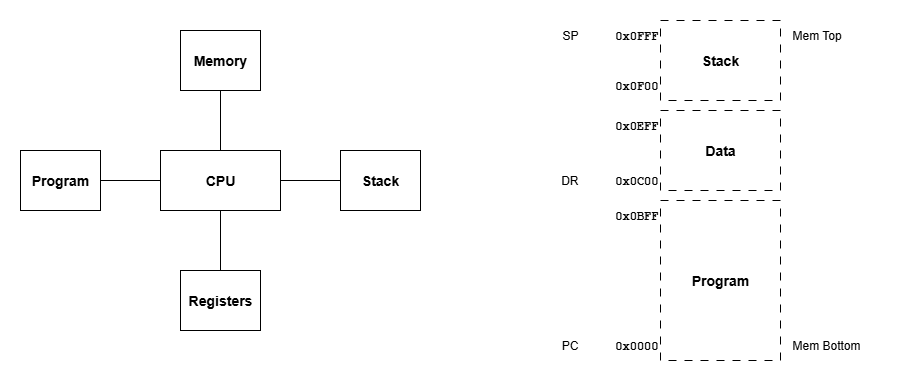
Before: docs/StackCPU-Machine-Model.png, a diagram exported from draw.io (dervish77/StackCPU). Source tidied: cells renumbered, new cells last; positions are measured from the earlier drawing's top-left corner, leaving out a move shared by most shapes. The source it was exported from:
```xml
<mxGraphModel>
  <root>
    <mxCell id="0" />
    <mxCell id="1" parent="0" />
    <mxCell id="2" style="edgeStyle=orthogonalEdgeStyle;rounded=0;jettySize=auto;html=1;exitX=0.5;exitY=0;exitDx=0;exitDy=0;entryX=0.5;entryY=1;entryDx=0;entryDy=0;endArrow=none;endFill=0;" parent="1" edge="1" source="6" target="8">
      <mxGeometry relative="1" as="geometry" />
    </mxCell>
    <mxCell id="3" style="edgeStyle=orthogonalEdgeStyle;rounded=0;jettySize=auto;html=1;exitX=1;exitY=0.5;exitDx=0;exitDy=0;entryX=0;entryY=0.5;entryDx=0;entryDy=0;endArrow=none;endFill=0;" parent="1" edge="1" source="6" target="9">
      <mxGeometry relative="1" as="geometry" />
    </mxCell>
    <mxCell id="4" style="edgeStyle=orthogonalEdgeStyle;rounded=0;jettySize=auto;html=1;exitX=0.5;exitY=1;exitDx=0;exitDy=0;entryX=0.5;entryY=0;entryDx=0;entryDy=0;endArrow=none;endFill=0;" parent="1" edge="1" source="6" target="10">
      <mxGeometry relative="1" as="geometry" />
    </mxCell>
    <mxCell id="5" style="edgeStyle=orthogonalEdgeStyle;rounded=0;jettySize=auto;html=1;exitX=0;exitY=0.5;exitDx=0;exitDy=0;entryX=1;entryY=0.5;entryDx=0;entryDy=0;endArrow=none;endFill=0;" parent="1" edge="1" source="6" target="7">
      <mxGeometry relative="1" as="geometry" />
    </mxCell>
    <mxCell id="6" value="&lt;font style=&quot;font-size: 14px;&quot;&gt;&lt;b&gt;CPU&lt;/b&gt;&lt;/font&gt;" style="rounded=0;whiteSpace=wrap;html=1;" parent="1" vertex="1">
      <mxGeometry x="140" y="130" width="120" height="60" as="geometry" />
    </mxCell>
    <mxCell id="7" value="&lt;font style=&quot;font-size: 14px;&quot;&gt;&lt;b&gt;Program&lt;/b&gt;&lt;/font&gt;" style="rounded=0;whiteSpace=wrap;html=1;" parent="1" vertex="1">
      <mxGeometry y="130" width="80" height="60" as="geometry" />
    </mxCell>
    <mxCell id="8" value="&lt;font style=&quot;font-size: 14px;&quot;&gt;&lt;b&gt;Memory&lt;/b&gt;&lt;/font&gt;" style="rounded=0;whiteSpace=wrap;html=1;" parent="1" vertex="1">
      <mxGeometry x="160" y="10" width="80" height="60" as="geometry" />
    </mxCell>
    <mxCell id="9" value="&lt;font style=&quot;font-size: 14px;&quot;&gt;&lt;b&gt;Stack&lt;/b&gt;&lt;/font&gt;" style="rounded=0;whiteSpace=wrap;html=1;" parent="1" vertex="1">
      <mxGeometry x="320" y="130" width="80" height="60" as="geometry" />
    </mxCell>
    <mxCell id="10" value="&lt;span style=&quot;font-size: 14px;&quot;&gt;&lt;b&gt;Registers&lt;/b&gt;&lt;/span&gt;" style="rounded=0;whiteSpace=wrap;html=1;" parent="1" vertex="1">
      <mxGeometry x="160" y="250" width="80" height="60" as="geometry" />
    </mxCell>
    <mxCell id="11" value="&lt;font style=&quot;font-size: 14px;&quot;&gt;&lt;b&gt;Stack&lt;/b&gt;&lt;/font&gt;" style="rounded=0;whiteSpace=wrap;html=1;dashed=1;dashPattern=8 8;" parent="1" vertex="1">
      <mxGeometry x="640" width="120" height="80" as="geometry" />
    </mxCell>
    <mxCell id="12" value="&lt;font style=&quot;font-size: 14px;&quot;&gt;&lt;b&gt;Data&lt;/b&gt;&lt;/font&gt;" style="rounded=0;whiteSpace=wrap;html=1;dashed=1;dashPattern=8 8;" parent="1" vertex="1">
      <mxGeometry x="640" y="90" width="120" height="80" as="geometry" />
    </mxCell>
    <mxCell id="13" value="&lt;font style=&quot;font-size: 14px;&quot;&gt;&lt;b&gt;Program&lt;/b&gt;&lt;/font&gt;" style="rounded=0;whiteSpace=wrap;html=1;dashed=1;dashPattern=8 8;" parent="1" vertex="1">
      <mxGeometry x="640" y="180" width="120" height="160" as="geometry" />
    </mxCell>
    <mxCell id="14" value="&lt;b style=&quot;font-family: &amp;quot;Courier New&amp;quot;;&quot;&gt;0x0000&lt;/b&gt;" style="text;html=1;align=right;verticalAlign=middle;whiteSpace=wrap;rounded=0;imageAlign=right;" parent="1" vertex="1">
      <mxGeometry x="580" y="310" width="60" height="30" as="geometry" />
    </mxCell>
    <mxCell id="15" value="&lt;b style=&quot;font-family: &amp;quot;Courier New&amp;quot;;&quot;&gt;0x0BFF&lt;/b&gt;" style="text;html=1;align=right;verticalAlign=middle;whiteSpace=wrap;rounded=0;imageAlign=right;" parent="1" vertex="1">
      <mxGeometry x="580" y="180" width="60" height="30" as="geometry" />
    </mxCell>
    <mxCell id="16" value="&lt;b style=&quot;font-family: &amp;quot;Courier New&amp;quot;;&quot;&gt;0x0C00&lt;/b&gt;" style="text;html=1;align=right;verticalAlign=middle;whiteSpace=wrap;rounded=0;imageAlign=right;" parent="1" vertex="1">
      <mxGeometry x="580" y="145" width="60" height="30" as="geometry" />
    </mxCell>
    <mxCell id="17" value="&lt;b style=&quot;font-family: &amp;quot;Courier New&amp;quot;;&quot;&gt;0x0EFF&lt;/b&gt;" style="text;html=1;align=right;verticalAlign=middle;whiteSpace=wrap;rounded=0;imageAlign=right;" parent="1" vertex="1">
      <mxGeometry x="580" y="90" width="60" height="30" as="geometry" />
    </mxCell>
    <mxCell id="18" value="&lt;b style=&quot;font-family: &amp;quot;Courier New&amp;quot;;&quot;&gt;0x0F00&lt;/b&gt;" style="text;html=1;align=right;verticalAlign=middle;whiteSpace=wrap;rounded=0;imageAlign=right;" parent="1" vertex="1">
      <mxGeometry x="580" y="50" width="60" height="30" as="geometry" />
    </mxCell>
    <mxCell id="19" value="&lt;b style=&quot;font-family: &amp;quot;Courier New&amp;quot;;&quot;&gt;0x0FFF&lt;/b&gt;" style="text;html=1;align=right;verticalAlign=middle;whiteSpace=wrap;rounded=0;imageAlign=right;" parent="1" vertex="1">
      <mxGeometry x="580" width="60" height="30" as="geometry" />
    </mxCell>
    <mxCell id="20" value="Mem Bottom" style="text;html=1;align=left;verticalAlign=middle;whiteSpace=wrap;rounded=0;" parent="1" vertex="1">
      <mxGeometry x="770" y="310" width="110" height="30" as="geometry" />
    </mxCell>
    <mxCell id="21" value="Mem Top" style="text;html=1;align=left;verticalAlign=middle;whiteSpace=wrap;rounded=0;" parent="1" vertex="1">
      <mxGeometry x="770" width="110" height="30" as="geometry" />
    </mxCell>
    <mxCell id="22" value="PC" style="text;html=1;align=right;verticalAlign=middle;whiteSpace=wrap;rounded=0;" parent="1" vertex="1">
      <mxGeometry x="500" y="310" width="60" height="30" as="geometry" />
    </mxCell>
    <mxCell id="23" value="DR" style="text;html=1;align=right;verticalAlign=middle;whiteSpace=wrap;rounded=0;" parent="1" vertex="1">
      <mxGeometry x="500" y="145" width="60" height="30" as="geometry" />
    </mxCell>
    <mxCell id="24" value="SP" style="text;html=1;align=right;verticalAlign=middle;whiteSpace=wrap;rounded=0;" parent="1" vertex="1">
      <mxGeometry x="500" width="60" height="30" as="geometry" />
    </mxCell>
  </root>
</mxGraphModel>
```
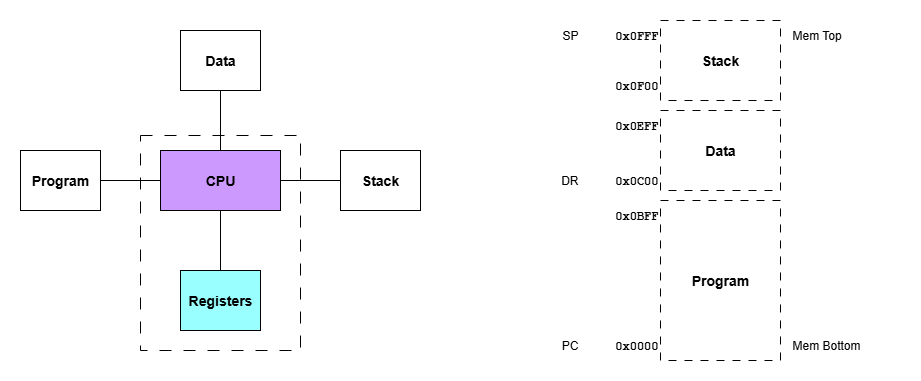
Later version of the same file.

Commit message:
minor tweak to machine model

Change to the diagram source:
```diff
@@ -2,6 +2,9 @@
   <root>
     <mxCell id="0" />
     <mxCell id="1" parent="0" />
+    <mxCell id="25" style="rounded=0;whiteSpace=wrap;html=1;dashed=1;dashPattern=12 12;" parent="1" vertex="1">
+      <mxGeometry x="120" y="115" width="160" height="215" as="geometry" />
+    </mxCell>
     <mxCell id="2" style="edgeStyle=orthogonalEdgeStyle;rounded=0;jettySize=auto;html=1;exitX=0.5;exitY=0;exitDx=0;exitDy=0;entryX=0.5;entryY=1;entryDx=0;entryDy=0;endArrow=none;endFill=0;" parent="1" edge="1" source="6" target="8">
       <mxGeometry relative="1" as="geometry" />
     </mxCell>
@@ -14,19 +17,19 @@
     <mxCell id="5" style="edgeStyle=orthogonalEdgeStyle;rounded=0;jettySize=auto;html=1;exitX=0;exitY=0.5;exitDx=0;exitDy=0;entryX=1;entryY=0.5;entryDx=0;entryDy=0;endArrow=none;endFill=0;" parent="1" edge="1" source="6" target="7">
       <mxGeometry relative="1" as="geometry" />
     </mxCell>
-    <mxCell id="6" value="&lt;font style=&quot;font-size: 14px;&quot;&gt;&lt;b&gt;CPU&lt;/b&gt;&lt;/font&gt;" style="rounded=0;whiteSpace=wrap;html=1;" parent="1" vertex="1">
+    <mxCell id="6" value="&lt;font style=&quot;font-size: 14px;&quot;&gt;&lt;b&gt;CPU&lt;/b&gt;&lt;/font&gt;" style="rounded=0;whiteSpace=wrap;html=1;fillColor=#CC99FF;" parent="1" vertex="1">
       <mxGeometry x="140" y="130" width="120" height="60" as="geometry" />
     </mxCell>
     <mxCell id="7" value="&lt;font style=&quot;font-size: 14px;&quot;&gt;&lt;b&gt;Program&lt;/b&gt;&lt;/font&gt;" style="rounded=0;whiteSpace=wrap;html=1;" parent="1" vertex="1">
       <mxGeometry y="130" width="80" height="60" as="geometry" />
     </mxCell>
-    <mxCell id="8" value="&lt;font style=&quot;font-size: 14px;&quot;&gt;&lt;b&gt;Memory&lt;/b&gt;&lt;/font&gt;" style="rounded=0;whiteSpace=wrap;html=1;" parent="1" vertex="1">
+    <mxCell id="8" value="&lt;font style=&quot;font-size: 14px;&quot;&gt;&lt;b&gt;Data&lt;/b&gt;&lt;/font&gt;" style="rounded=0;whiteSpace=wrap;html=1;" parent="1" vertex="1">
       <mxGeometry x="160" y="10" width="80" height="60" as="geometry" />
     </mxCell>
     <mxCell id="9" value="&lt;font style=&quot;font-size: 14px;&quot;&gt;&lt;b&gt;Stack&lt;/b&gt;&lt;/font&gt;" style="rounded=0;whiteSpace=wrap;html=1;" parent="1" vertex="1">
       <mxGeometry x="320" y="130" width="80" height="60" as="geometry" />
     </mxCell>
-    <mxCell id="10" value="&lt;span style=&quot;font-size: 14px;&quot;&gt;&lt;b&gt;Registers&lt;/b&gt;&lt;/span&gt;" style="rounded=0;whiteSpace=wrap;html=1;" parent="1" vertex="1">
+    <mxCell id="10" value="&lt;span style=&quot;font-size: 14px;&quot;&gt;&lt;b&gt;Registers&lt;/b&gt;&lt;/span&gt;" style="rounded=0;whiteSpace=wrap;html=1;fillColor=#99FFFF;" parent="1" vertex="1">
       <mxGeometry x="160" y="250" width="80" height="60" as="geometry" />
     </mxCell>
     <mxCell id="11" value="&lt;font style=&quot;font-size: 14px;&quot;&gt;&lt;b&gt;Stack&lt;/b&gt;&lt;/font&gt;" style="rounded=0;whiteSpace=wrap;html=1;dashed=1;dashPattern=8 8;" parent="1" vertex="1">
```
